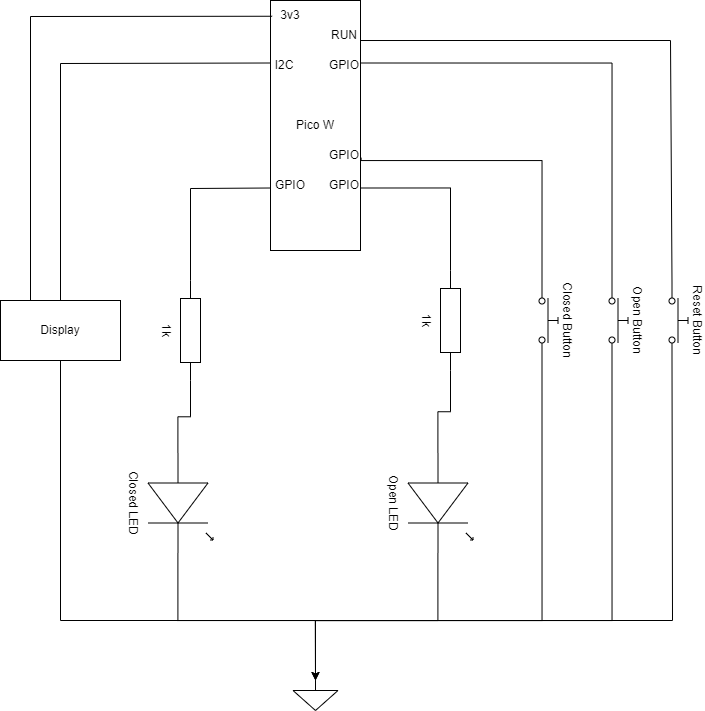
somakeit/smibhid keeps this draw.io diagram as images/SMIBHID circuit diagram.drawio.png. Above is the earlier version. Source tidied: cells renumbered, new cells last; positions are measured from the earlier drawing's top-left corner, leaving out a move shared by most shapes. Its diagram source:
```xml
<mxGraphModel>
  <root>
    <mxCell id="0" />
    <mxCell id="1" parent="0" />
    <mxCell id="2" value="Pico W" style="rounded=0;whiteSpace=wrap;html=1;" parent="1" vertex="1">
      <mxGeometry x="270" width="90" height="250" as="geometry" />
    </mxCell>
    <mxCell id="3" style="endArrow=none;html=1;rounded=0;entryX=0;entryY=0.75;entryDx=0;entryDy=0;exitX=0;exitY=0.5;exitDx=0;exitDy=0;exitPerimeter=0;" parent="1" edge="1" source="4" target="2">
      <mxGeometry relative="1" as="geometry">
        <Array as="points">
          <mxPoint x="190" y="188" />
        </Array>
      </mxGeometry>
    </mxCell>
    <mxCell id="4" value="1k" style="verticalLabelPosition=bottom;shadow=0;dashed=0;align=center;html=1;verticalAlign=top;shape=mxgraph.electrical.resistors.resistor_1;rotation=90;" parent="1" vertex="1">
      <mxGeometry x="140" y="320" width="100" height="20" as="geometry" />
    </mxCell>
    <mxCell id="5" value="Closed LED" style="verticalLabelPosition=bottom;shadow=0;dashed=0;align=center;html=1;verticalAlign=top;shape=mxgraph.electrical.opto_electronics.led_1;rotation=90;" parent="1" vertex="1">
      <mxGeometry x="130" y="470" width="100" height="65" as="geometry" />
    </mxCell>
    <mxCell id="6" style="edgeStyle=orthogonalEdgeStyle;rounded=0;jettySize=auto;html=1;exitX=1;exitY=0.5;exitDx=0;exitDy=0;exitPerimeter=0;entryX=0;entryY=0.54;entryDx=0;entryDy=0;entryPerimeter=0;endArrow=none;endFill=0;" parent="1" edge="1" source="4" target="5">
      <mxGeometry relative="1" as="geometry" />
    </mxCell>
    <mxCell id="7" style="edgeStyle=orthogonalEdgeStyle;rounded=0;jettySize=auto;html=1;exitX=0;exitY=0.5;exitDx=0;exitDy=0;exitPerimeter=0;entryX=1;entryY=0.75;entryDx=0;entryDy=0;endArrow=none;endFill=0;" parent="1" edge="1" source="8" target="2">
      <mxGeometry relative="1" as="geometry" />
    </mxCell>
    <mxCell id="8" value="1k" style="verticalLabelPosition=bottom;shadow=0;dashed=0;align=center;html=1;verticalAlign=top;shape=mxgraph.electrical.resistors.resistor_1;rotation=90;" parent="1" vertex="1">
      <mxGeometry x="400" y="310" width="100" height="20" as="geometry" />
    </mxCell>
    <mxCell id="9" value="Open LED" style="verticalLabelPosition=bottom;shadow=0;dashed=0;align=center;html=1;verticalAlign=top;shape=mxgraph.electrical.opto_electronics.led_1;rotation=90;" parent="1" vertex="1">
      <mxGeometry x="390" y="470" width="100" height="65" as="geometry" />
    </mxCell>
    <mxCell id="10" style="verticalLabelPosition=bottom;shadow=0;dashed=0;align=center;html=1;verticalAlign=top;shape=mxgraph.electrical.signal_sources.signal_ground;" parent="1" vertex="1">
      <mxGeometry x="292.5" y="680" width="45" height="30" as="geometry" />
    </mxCell>
    <mxCell id="11" style="edgeStyle=orthogonalEdgeStyle;rounded=0;jettySize=auto;html=1;exitX=1;exitY=0.54;exitDx=0;exitDy=0;exitPerimeter=0;entryX=0.5;entryY=0;entryDx=0;entryDy=0;entryPerimeter=0;endArrow=none;endFill=0;" parent="1" edge="1" source="5" target="10">
      <mxGeometry relative="1" as="geometry">
        <Array as="points">
          <mxPoint x="177" y="620" />
          <mxPoint x="315" y="620" />
        </Array>
      </mxGeometry>
    </mxCell>
    <mxCell id="12" style="edgeStyle=orthogonalEdgeStyle;rounded=0;jettySize=auto;html=1;exitX=1;exitY=0.54;exitDx=0;exitDy=0;exitPerimeter=0;entryX=0.5;entryY=0;entryDx=0;entryDy=0;entryPerimeter=0;endArrow=none;endFill=0;" parent="1" edge="1" source="9" target="10">
      <mxGeometry relative="1" as="geometry">
        <Array as="points">
          <mxPoint x="437" y="620" />
          <mxPoint x="315" y="620" />
        </Array>
      </mxGeometry>
    </mxCell>
    <mxCell id="13" style="edgeStyle=orthogonalEdgeStyle;rounded=0;jettySize=auto;html=1;exitX=1;exitY=0.5;exitDx=0;exitDy=0;exitPerimeter=0;entryX=0;entryY=0.54;entryDx=0;entryDy=0;entryPerimeter=0;endArrow=none;endFill=0;" parent="1" edge="1" source="8" target="9">
      <mxGeometry relative="1" as="geometry" />
    </mxCell>
    <mxCell id="14" value="Closed Button" style="html=1;shape=mxgraph.electrical.electro-mechanical.pushbutton;elSwitchState=off;rotation=90;labelPosition=center;verticalLabelPosition=top;align=center;verticalAlign=bottom;" parent="1" vertex="1">
      <mxGeometry x="510" y="310" width="75" height="20" as="geometry" />
    </mxCell>
    <mxCell id="15" value="Open Button" style="html=1;shape=mxgraph.electrical.electro-mechanical.pushbutton;elSwitchState=off;rotation=90;verticalAlign=bottom;labelPosition=center;verticalLabelPosition=top;align=center;" parent="1" vertex="1">
      <mxGeometry x="580" y="310" width="75" height="20" as="geometry" />
    </mxCell>
    <mxCell id="16" style="edgeStyle=orthogonalEdgeStyle;rounded=0;jettySize=auto;html=1;exitX=1.007;exitY=0.629;exitDx=0;exitDy=0;endArrow=none;endFill=0;entryX=0;entryY=0.8;entryDx=0;entryDy=0;exitPerimeter=0;" parent="1" edge="1" source="2" target="14">
      <mxGeometry relative="1" as="geometry">
        <Array as="points">
          <mxPoint x="361" y="160" />
          <mxPoint x="542" y="160" />
        </Array>
      </mxGeometry>
    </mxCell>
    <mxCell id="17" style="edgeStyle=orthogonalEdgeStyle;rounded=0;jettySize=auto;html=1;exitX=1;exitY=0.25;exitDx=0;exitDy=0;endArrow=none;endFill=0;entryX=0;entryY=0.8;entryDx=0;entryDy=0;" parent="1" edge="1" source="2" target="15">
      <mxGeometry relative="1" as="geometry" />
    </mxCell>
    <mxCell id="18" style="edgeStyle=orthogonalEdgeStyle;rounded=0;jettySize=auto;html=1;exitX=1;exitY=0.8;exitDx=0;exitDy=0;entryX=0.5;entryY=0;entryDx=0;entryDy=0;entryPerimeter=0;" parent="1" edge="1" source="14" target="10">
      <mxGeometry relative="1" as="geometry">
        <Array as="points">
          <mxPoint x="542" y="620" />
          <mxPoint x="315" y="620" />
        </Array>
      </mxGeometry>
    </mxCell>
    <mxCell id="19" style="edgeStyle=orthogonalEdgeStyle;rounded=0;jettySize=auto;html=1;exitX=1;exitY=0.8;exitDx=0;exitDy=0;entryX=0.5;entryY=0;entryDx=0;entryDy=0;entryPerimeter=0;" parent="1" edge="1" source="15" target="10">
      <mxGeometry relative="1" as="geometry">
        <Array as="points">
          <mxPoint x="612" y="620" />
          <mxPoint x="315" y="620" />
        </Array>
      </mxGeometry>
    </mxCell>
    <mxCell id="20" value="Display" style="rounded=0;whiteSpace=wrap;html=1;" parent="1" vertex="1">
      <mxGeometry y="300" width="120" height="60" as="geometry" />
    </mxCell>
    <mxCell id="21" style="endArrow=none;html=1;rounded=0;entryX=0.5;entryY=1;entryDx=0;entryDy=0;exitX=0.5;exitY=0;exitDx=0;exitDy=0;exitPerimeter=0;" parent="1" edge="1" source="10" target="20">
      <mxGeometry relative="1" as="geometry">
        <Array as="points">
          <mxPoint x="315" y="620" />
          <mxPoint x="60" y="620" />
        </Array>
      </mxGeometry>
    </mxCell>
    <mxCell id="22" value="GPIO" style="text;html=1;align=center;verticalAlign=middle;whiteSpace=wrap;rounded=0;" parent="1" vertex="1">
      <mxGeometry x="314" y="50" width="60" height="30" as="geometry" />
    </mxCell>
    <mxCell id="23" value="GPIO" style="text;html=1;align=center;verticalAlign=middle;whiteSpace=wrap;rounded=0;" parent="1" vertex="1">
      <mxGeometry x="314" y="140" width="60" height="30" as="geometry" />
    </mxCell>
    <mxCell id="24" value="GPIO" style="text;html=1;align=center;verticalAlign=middle;whiteSpace=wrap;rounded=0;" parent="1" vertex="1">
      <mxGeometry x="260" y="170" width="60" height="30" as="geometry" />
    </mxCell>
    <mxCell id="25" value="GPIO" style="text;html=1;align=center;verticalAlign=middle;whiteSpace=wrap;rounded=0;" parent="1" vertex="1">
      <mxGeometry x="314" y="170" width="60" height="30" as="geometry" />
    </mxCell>
    <mxCell id="26" value="I2C" style="text;html=1;align=center;verticalAlign=middle;whiteSpace=wrap;rounded=0;" parent="1" vertex="1">
      <mxGeometry x="254" y="50" width="60" height="30" as="geometry" />
    </mxCell>
    <mxCell id="27" style="endArrow=none;html=1;rounded=0;exitX=0.5;exitY=0;exitDx=0;exitDy=0;entryX=0;entryY=0.25;entryDx=0;entryDy=0;" parent="1" edge="1" source="20" target="2">
      <mxGeometry relative="1" as="geometry">
        <Array as="points">
          <mxPoint x="60" y="63" />
        </Array>
      </mxGeometry>
    </mxCell>
    <mxCell id="28" value="3v3" style="text;html=1;align=center;verticalAlign=middle;whiteSpace=wrap;rounded=0;" parent="1" vertex="1">
      <mxGeometry x="260" width="60" height="30" as="geometry" />
    </mxCell>
    <mxCell id="29" style="endArrow=none;html=1;rounded=0;exitX=0.25;exitY=0;exitDx=0;exitDy=0;entryX=0.018;entryY=0.063;entryDx=0;entryDy=0;entryPerimeter=0;" parent="1" edge="1" source="20" target="2">
      <mxGeometry relative="1" as="geometry">
        <Array as="points">
          <mxPoint x="30" y="16" />
        </Array>
      </mxGeometry>
    </mxCell>
    <mxCell id="30" value="Reset Button" style="html=1;shape=mxgraph.electrical.electro-mechanical.pushbutton;elSwitchState=off;rotation=90;verticalAlign=bottom;labelPosition=center;verticalLabelPosition=top;align=center;" parent="1" vertex="1">
      <mxGeometry x="640" y="310" width="75" height="20" as="geometry" />
    </mxCell>
    <mxCell id="31" value="RUN" style="text;html=1;align=center;verticalAlign=middle;whiteSpace=wrap;rounded=0;" parent="1" vertex="1">
      <mxGeometry x="314" y="20" width="60" height="30" as="geometry" />
    </mxCell>
    <mxCell id="32" style="endArrow=none;html=1;rounded=0;exitX=0.767;exitY=0.667;exitDx=0;exitDy=0;exitPerimeter=0;entryX=0;entryY=0.8;entryDx=0;entryDy=0;" parent="1" edge="1" source="31" target="30">
      <mxGeometry relative="1" as="geometry">
        <Array as="points">
          <mxPoint x="670" y="40" />
        </Array>
      </mxGeometry>
    </mxCell>
    <mxCell id="33" style="endArrow=none;html=1;rounded=0;entryX=1;entryY=0.8;entryDx=0;entryDy=0;exitX=0.5;exitY=0;exitDx=0;exitDy=0;exitPerimeter=0;" parent="1" edge="1" source="10" target="30">
      <mxGeometry relative="1" as="geometry">
        <Array as="points">
          <mxPoint x="315" y="620" />
          <mxPoint x="672" y="620" />
        </Array>
      </mxGeometry>
    </mxCell>
  </root>
</mxGraphModel>
```
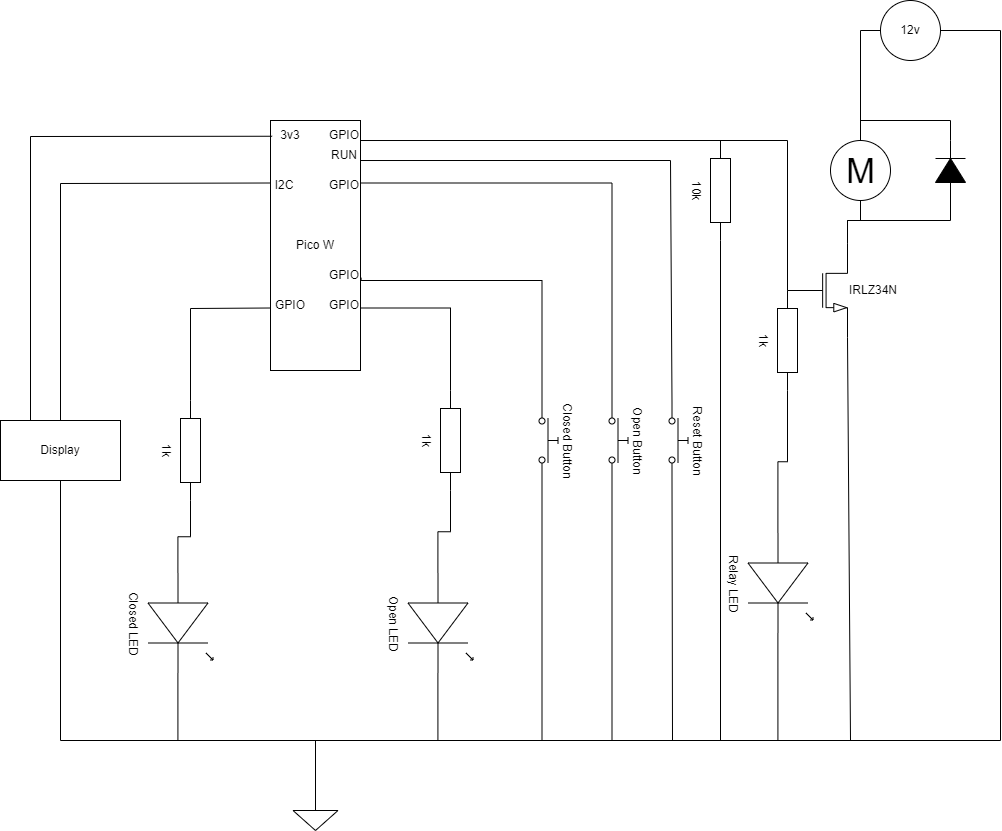
The same diagram one commit later.

Commit message:
Updated diagram for relay control. Closes #246

Change to the diagram source:
```diff
@@ -69,7 +69,7 @@
     <mxCell id="17" style="edgeStyle=orthogonalEdgeStyle;rounded=0;jettySize=auto;html=1;exitX=1;exitY=0.25;exitDx=0;exitDy=0;endArrow=none;endFill=0;entryX=0;entryY=0.8;entryDx=0;entryDy=0;" parent="1" edge="1" source="2" target="15">
       <mxGeometry relative="1" as="geometry" />
     </mxCell>
-    <mxCell id="18" style="edgeStyle=orthogonalEdgeStyle;rounded=0;jettySize=auto;html=1;exitX=1;exitY=0.8;exitDx=0;exitDy=0;entryX=0.5;entryY=0;entryDx=0;entryDy=0;entryPerimeter=0;" parent="1" edge="1" source="14" target="10">
+    <mxCell id="18" style="edgeStyle=orthogonalEdgeStyle;rounded=0;jettySize=auto;html=1;exitX=1;exitY=0.8;exitDx=0;exitDy=0;entryX=0.5;entryY=0;entryDx=0;entryDy=0;entryPerimeter=0;endArrow=none;endFill=0;" parent="1" edge="1" source="14" target="10">
       <mxGeometry relative="1" as="geometry">
         <Array as="points">
           <mxPoint x="542" y="620" />
@@ -77,7 +77,7 @@
         </Array>
       </mxGeometry>
     </mxCell>
-    <mxCell id="19" style="edgeStyle=orthogonalEdgeStyle;rounded=0;jettySize=auto;html=1;exitX=1;exitY=0.8;exitDx=0;exitDy=0;entryX=0.5;entryY=0;entryDx=0;entryDy=0;entryPerimeter=0;" parent="1" edge="1" source="15" target="10">
+    <mxCell id="19" style="edgeStyle=orthogonalEdgeStyle;rounded=0;jettySize=auto;html=1;exitX=1;exitY=0.8;exitDx=0;exitDy=0;entryX=0.5;entryY=0;entryDx=0;entryDy=0;entryPerimeter=0;endArrow=none;endFill=0;" parent="1" edge="1" source="15" target="10">
       <mxGeometry relative="1" as="geometry">
         <Array as="points">
           <mxPoint x="612" y="620" />
@@ -149,5 +149,95 @@
         </Array>
       </mxGeometry>
     </mxCell>
+    <mxCell id="34" value="GPIO" style="text;html=1;align=center;verticalAlign=middle;whiteSpace=wrap;rounded=0;" parent="1" vertex="1">
+      <mxGeometry x="314" width="60" height="30" as="geometry" />
+    </mxCell>
+    <mxCell id="35" style="endArrow=none;html=1;rounded=0;exitX=0.767;exitY=0.667;exitDx=0;exitDy=0;exitPerimeter=0;entryX=0;entryY=0.5;entryDx=0;entryDy=0;entryPerimeter=0;" parent="1" edge="1" source="34" target="37">
+      <mxGeometry relative="1" as="geometry">
+        <Array as="points">
+          <mxPoint x="787" y="20" />
+        </Array>
+      </mxGeometry>
+    </mxCell>
+    <mxCell id="36" style="edgeStyle=orthogonalEdgeStyle;rounded=0;jettySize=auto;html=1;exitX=1;exitY=0;exitDx=0;exitDy=0;exitPerimeter=0;entryX=0.5;entryY=1;entryDx=0;entryDy=0;endArrow=none;endFill=0;" parent="1" edge="1" source="37" target="45">
+      <mxGeometry relative="1" as="geometry">
+        <Array as="points">
+          <mxPoint x="847" y="100" />
+          <mxPoint x="860" y="100" />
+        </Array>
+      </mxGeometry>
+    </mxCell>
+    <mxCell id="37" value="IRLZ34N" style="verticalLabelPosition=middle;shadow=0;dashed=0;align=left;html=1;verticalAlign=middle;shape=mxgraph.electrical.transistors.nmos;labelPosition=right;" parent="1" vertex="1">
+      <mxGeometry x="787" y="120" width="60" height="100" as="geometry" />
+    </mxCell>
+    <mxCell id="38" style="endArrow=none;html=1;rounded=0;entryX=1;entryY=1;entryDx=0;entryDy=0;entryPerimeter=0;exitX=0.5;exitY=0;exitDx=0;exitDy=0;exitPerimeter=0;" parent="1" edge="1" source="10" target="37">
+      <mxGeometry relative="1" as="geometry">
+        <Array as="points">
+          <mxPoint x="315" y="620" />
+          <mxPoint x="850" y="620" />
+        </Array>
+      </mxGeometry>
+    </mxCell>
+    <mxCell id="39" value="10k" style="verticalLabelPosition=bottom;shadow=0;dashed=0;align=center;html=1;verticalAlign=top;shape=mxgraph.electrical.resistors.resistor_1;rotation=90;" parent="1" vertex="1">
+      <mxGeometry x="670" y="60" width="100" height="20" as="geometry" />
+    </mxCell>
+    <mxCell id="40" style="edgeStyle=orthogonalEdgeStyle;rounded=0;jettySize=auto;html=1;exitX=1;exitY=0.5;exitDx=0;exitDy=0;exitPerimeter=0;entryX=0.5;entryY=0;entryDx=0;entryDy=0;entryPerimeter=0;endArrow=none;endFill=0;" parent="1" edge="1" source="39" target="10">
+      <mxGeometry relative="1" as="geometry">
+        <Array as="points">
+          <mxPoint x="720" y="620" />
+          <mxPoint x="315" y="620" />
+        </Array>
+      </mxGeometry>
+    </mxCell>
+    <mxCell id="41" value="1k" style="verticalLabelPosition=bottom;shadow=0;dashed=0;align=center;html=1;verticalAlign=top;shape=mxgraph.electrical.resistors.resistor_1;rotation=90;" parent="1" vertex="1">
+      <mxGeometry x="737" y="210" width="100" height="20" as="geometry" />
+    </mxCell>
+    <mxCell id="42" value="Relay LED" style="verticalLabelPosition=bottom;shadow=0;dashed=0;align=center;html=1;verticalAlign=top;shape=mxgraph.electrical.opto_electronics.led_1;rotation=90;" parent="1" vertex="1">
+      <mxGeometry x="730" y="430" width="100" height="65" as="geometry" />
+    </mxCell>
+    <mxCell id="43" style="edgeStyle=orthogonalEdgeStyle;rounded=0;jettySize=auto;html=1;exitX=1;exitY=0.5;exitDx=0;exitDy=0;exitPerimeter=0;entryX=0;entryY=0.54;entryDx=0;entryDy=0;entryPerimeter=0;endArrow=none;endFill=0;" parent="1" edge="1" source="41" target="42">
+      <mxGeometry relative="1" as="geometry" />
+    </mxCell>
+    <mxCell id="44" style="edgeStyle=orthogonalEdgeStyle;rounded=0;jettySize=auto;html=1;exitX=1;exitY=0.54;exitDx=0;exitDy=0;exitPerimeter=0;entryX=0.5;entryY=0;entryDx=0;entryDy=0;entryPerimeter=0;endArrow=none;endFill=0;" parent="1" edge="1" source="42" target="10">
+      <mxGeometry relative="1" as="geometry">
+        <Array as="points">
+          <mxPoint x="777" y="620" />
+          <mxPoint x="315" y="620" />
+        </Array>
+      </mxGeometry>
+    </mxCell>
+    <mxCell id="45" value="M" style="verticalLabelPosition=middle;shadow=0;dashed=0;align=center;html=1;verticalAlign=middle;strokeWidth=1;shape=ellipse;fontSize=35;" parent="1" vertex="1">
+      <mxGeometry x="830" y="20" width="60" height="60" as="geometry" />
+    </mxCell>
+    <mxCell id="46" style="edgeStyle=orthogonalEdgeStyle;rounded=0;jettySize=auto;html=1;exitX=1;exitY=0.5;exitDx=0;exitDy=0;exitPerimeter=0;entryX=0.5;entryY=0;entryDx=0;entryDy=0;endArrow=none;endFill=0;" parent="1" edge="1" source="47" target="45">
+      <mxGeometry relative="1" as="geometry" />
+    </mxCell>
+    <mxCell id="47" style="fillColor=strokeColor;verticalLabelPosition=bottom;shadow=0;dashed=0;align=center;html=1;verticalAlign=top;shape=mxgraph.electrical.diodes.diode;rotation=-90;" parent="1" vertex="1">
+      <mxGeometry x="920" y="35" width="60" height="30" as="geometry" />
+    </mxCell>
+    <mxCell id="48" style="edgeStyle=orthogonalEdgeStyle;rounded=0;jettySize=auto;html=1;entryX=1;entryY=0;entryDx=0;entryDy=0;entryPerimeter=0;endArrow=none;endFill=0;" parent="1" edge="1" target="37">
+      <mxGeometry relative="1" as="geometry">
+        <mxPoint x="950" y="60" as="sourcePoint" />
+        <Array as="points">
+          <mxPoint x="950" y="100" />
+          <mxPoint x="847" y="100" />
+        </Array>
+      </mxGeometry>
+    </mxCell>
+    <mxCell id="49" style="edgeStyle=orthogonalEdgeStyle;rounded=0;jettySize=auto;html=1;exitX=0;exitY=0.5;exitDx=0;exitDy=0;entryX=0.5;entryY=0;entryDx=0;entryDy=0;endArrow=none;endFill=0;" parent="1" edge="1" source="50" target="45">
+      <mxGeometry relative="1" as="geometry" />
+    </mxCell>
+    <mxCell id="50" value="12v" style="ellipse;whiteSpace=wrap;html=1;" parent="1" vertex="1">
+      <mxGeometry x="880" y="-120" width="60" height="60" as="geometry" />
+    </mxCell>
+    <mxCell id="51" style="edgeStyle=orthogonalEdgeStyle;rounded=0;jettySize=auto;html=1;exitX=1;exitY=0.5;exitDx=0;exitDy=0;entryX=0.5;entryY=0;entryDx=0;entryDy=0;entryPerimeter=0;endArrow=none;endFill=0;" parent="1" edge="1" source="50" target="10">
+      <mxGeometry relative="1" as="geometry">
+        <Array as="points">
+          <mxPoint x="1000" y="-90" />
+          <mxPoint x="1000" y="620" />
+          <mxPoint x="315" y="620" />
+        </Array>
+      </mxGeometry>
+    </mxCell>
   </root>
 </mxGraphModel>
```
